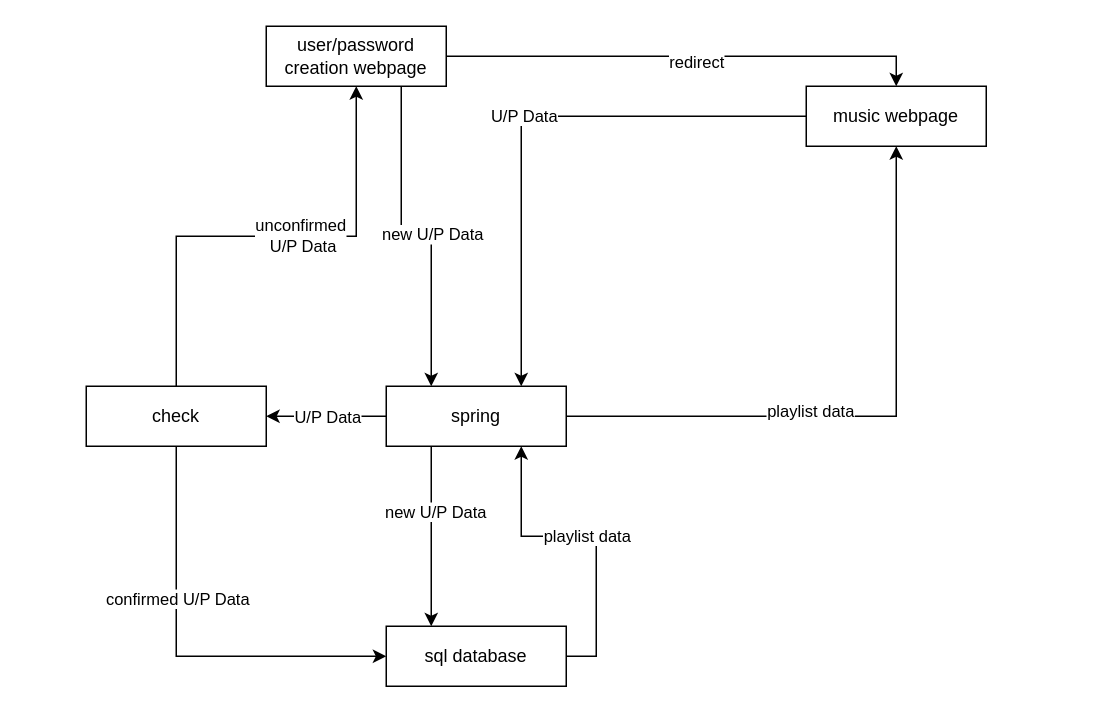
Thewildraptor777/Java-Web-Project keeps this draw.io diagram as Spring App.drawio. Above is the earlier version. Source tidied: cells renumbered, new cells numbered last; positions are measured from the earlier drawing's top-left corner, leaving out a move shared by most shapes. Both pictures are drawn from the tidied source at 150%, with x=0, y=0 at pixel (86, 26).
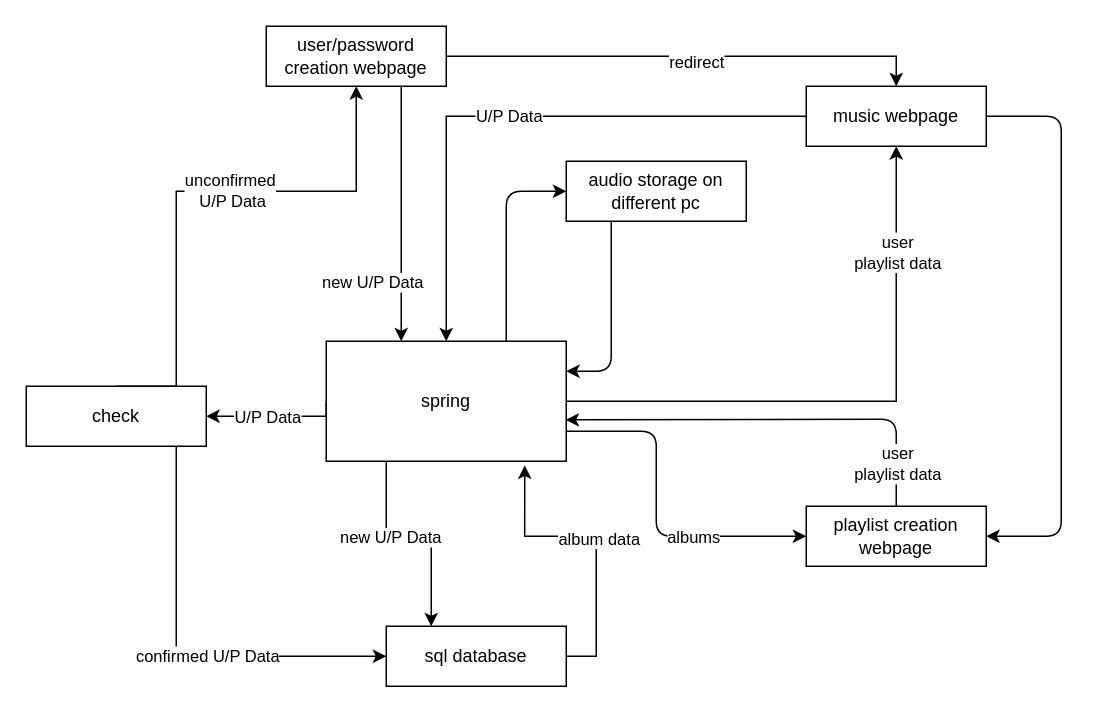
The same diagram, later.

The change refers to these unchanged cells:
```xml
<mxCell id="2" style="edgeStyle=orthogonalEdgeStyle;rounded=0;jettySize=auto;html=1;exitX=0.5;exitY=1;exitDx=0;exitDy=0;entryX=0;entryY=0.5;entryDx=0;entryDy=0;" parent="1" edge="1" source="6" target="9">
  <mxGeometry relative="1" as="geometry">
    <Array as="points">
      <mxPoint x="60" y="420" />
    </Array>
  </mxGeometry>
</mxCell>
<mxCell id="9" value="sql database" style="rounded=0;whiteSpace=wrap;html=1;" parent="1" vertex="1">
  <mxGeometry x="200" y="400" width="120" height="40" as="geometry" />
</mxCell>
<mxCell id="12" style="edgeStyle=orthogonalEdgeStyle;rounded=0;jettySize=auto;html=1;exitX=0;exitY=0.5;exitDx=0;exitDy=0;entryX=1;entryY=0.5;entryDx=0;entryDy=0;" parent="1" edge="1" source="16" target="6">
  <mxGeometry relative="1" as="geometry">
    <Array as="points">
      <mxPoint x="180" y="260" />
      <mxPoint x="180" y="260" />
    </Array>
  </mxGeometry>
</mxCell>
<mxCell id="19" value="music webpage" style="rounded=0;whiteSpace=wrap;html=1;" parent="1" vertex="1">
  <mxGeometry x="480" y="40" width="120" height="40" as="geometry" />
</mxCell>
<mxCell id="25" value="user/password&lt;br&gt;creation webpage" style="whiteSpace=wrap;html=1;" parent="1" vertex="1">
  <mxGeometry x="120" width="120" height="40" as="geometry" />
</mxCell>
```

What changed in the source:
```diff
@@
     <mxCell id="3" value="confirmed U/P Data" style="edgeLabel;html=1;align=center;verticalAlign=middle;" parent="2" vertex="1">
-      <mxGeometry x="-0.28" relative="1" as="geometry" />
+      <mxGeometry x="-0.28" relative="1" as="geometry">
+        <mxPoint x="20" y="64" as="offset" />
+      </mxGeometry>
     </mxCell>
     <mxCell id="4" style="edgeStyle=orthogonalEdgeStyle;rounded=0;jettySize=auto;html=1;exitX=0.5;exitY=0;exitDx=0;exitDy=0;entryX=0.5;entryY=1;entryDx=0;entryDy=0;" parent="1" edge="1" source="6" target="25">
-      <mxGeometry relative="1" as="geometry" />
+      <mxGeometry relative="1" as="geometry">
+        <Array as="points">
+          <mxPoint x="60" y="110" />
+          <mxPoint x="180" y="110" />
+        </Array>
+      </mxGeometry>
     </mxCell>
@@
     <mxCell id="6" value="check" style="rounded=0;whiteSpace=wrap;html=1;" parent="1" vertex="1">
-      <mxGeometry y="240" width="120" height="40" as="geometry" />
+      <mxGeometry x="-40" y="240" width="120" height="40" as="geometry" />
     </mxCell>
-    <mxCell id="7" style="edgeStyle=orthogonalEdgeStyle;rounded=0;jettySize=auto;html=1;exitX=1;exitY=0.5;exitDx=0;exitDy=0;entryX=0.75;entryY=1;entryDx=0;entryDy=0;" parent="1" edge="1" source="9" target="16">
-      <mxGeometry relative="1" as="geometry" />
+    <mxCell id="7" style="edgeStyle=orthogonalEdgeStyle;rounded=0;jettySize=auto;html=1;exitX=1;exitY=0.5;exitDx=0;exitDy=0;entryX=0.827;entryY=1.035;entryDx=0;entryDy=0;entryPerimeter=0;" parent="1" edge="1" source="9" target="16">
+      <mxGeometry relative="1" as="geometry">
+        <Array as="points">
+          <mxPoint x="340" y="420" />
+          <mxPoint x="340" y="340" />
+          <mxPoint x="292" y="340" />
+        </Array>
+      </mxGeometry>
     </mxCell>
-    <mxCell id="8" value="playlist data" style="edgeLabel;html=1;align=center;verticalAlign=middle;" parent="7" vertex="1">
+    <mxCell id="8" value="album data" style="edgeLabel;html=1;align=center;verticalAlign=middle;" parent="7" vertex="1">
       <mxGeometry x="0.02" y="-1" relative="1" as="geometry" />
     </mxCell>
@@
     <mxCell id="10" style="edgeStyle=orthogonalEdgeStyle;rounded=0;jettySize=auto;html=1;exitX=1;exitY=0.5;exitDx=0;exitDy=0;entryX=0.5;entryY=1;entryDx=0;entryDy=0;" parent="1" edge="1" source="16" target="19">
       <mxGeometry relative="1" as="geometry">
         <Array as="points">
-          <mxPoint x="540" y="260" />
+          <mxPoint x="540" y="250" />
         </Array>
       </mxGeometry>
     </mxCell>
-    <mxCell id="11" value="playlist data" style="edgeLabel;html=1;align=center;verticalAlign=middle;" parent="10" vertex="1">
-      <mxGeometry x="-0.19" y="4" relative="1" as="geometry" />
+    <mxCell id="11" value="user &lt;br&gt;playlist data" style="edgeLabel;html=1;align=center;verticalAlign=middle;" parent="10" vertex="1">
+      <mxGeometry x="-0.19" y="4" relative="1" as="geometry">
+        <mxPoint x="62" y="-96" as="offset" />
+      </mxGeometry>
     </mxCell>
@@
     <mxCell id="13" value="U/P Data" style="edgeLabel;html=1;align=center;verticalAlign=middle;" parent="12" vertex="1">
       <mxGeometry x="0.32" y="-1" relative="1" as="geometry">
-        <mxPoint x="13" y="1" as="offset" />
+        <mxPoint x="-4" y="1" as="offset" />
       </mxGeometry>
     </mxCell>
@@
+    <mxCell id="26" style="edgeStyle=none;html=1;exitX=1;exitY=0.75;exitDx=0;exitDy=0;entryX=0;entryY=0.5;entryDx=0;entryDy=0;" parent="1" edge="1" source="16" target="32">
+      <mxGeometry relative="1" as="geometry">
+        <Array as="points">
+          <mxPoint x="380" y="270" />
+          <mxPoint x="380" y="340" />
+        </Array>
+      </mxGeometry>
+    </mxCell>
+    <mxCell id="27" value="albums" style="edgeLabel;html=1;align=center;verticalAlign=middle;" parent="26" vertex="1">
+      <mxGeometry x="0.34" relative="1" as="geometry" />
+    </mxCell>
+    <mxCell id="28" style="edgeStyle=none;html=1;exitX=0.75;exitY=0;exitDx=0;exitDy=0;entryX=0;entryY=0.5;entryDx=0;entryDy=0;" parent="1" edge="1" source="16" target="34">
+      <mxGeometry relative="1" as="geometry">
+        <Array as="points">
+          <mxPoint x="280" y="110" />
+        </Array>
+      </mxGeometry>
+    </mxCell>
     <mxCell id="16" value="spring" style="rounded=0;whiteSpace=wrap;html=1;" parent="1" vertex="1">
-      <mxGeometry x="200" y="240" width="120" height="40" as="geometry" />
+      <mxGeometry x="160" y="210" width="160" height="80" as="geometry" />
     </mxCell>
-    <mxCell id="17" style="edgeStyle=orthogonalEdgeStyle;rounded=0;jettySize=auto;html=1;exitX=0;exitY=0.5;exitDx=0;exitDy=0;entryX=0.75;entryY=0;entryDx=0;entryDy=0;" parent="1" edge="1" source="19" target="16">
+    <mxCell id="17" style="edgeStyle=orthogonalEdgeStyle;rounded=0;jettySize=auto;html=1;exitX=0;exitY=0.5;exitDx=0;exitDy=0;entryX=0.5;entryY=0;entryDx=0;entryDy=0;" parent="1" edge="1" source="19" target="16">
       <mxGeometry relative="1" as="geometry" />
     </mxCell>
@@
+    <mxCell id="29" style="edgeStyle=none;html=1;exitX=1;exitY=0.5;exitDx=0;exitDy=0;entryX=1;entryY=0.5;entryDx=0;entryDy=0;" parent="1" edge="1" source="19" target="32">
+      <mxGeometry relative="1" as="geometry">
+        <Array as="points">
+          <mxPoint x="650" y="60" />
+          <mxPoint x="650" y="200" />
+          <mxPoint x="650" y="340" />
+        </Array>
+      </mxGeometry>
+    </mxCell>
@@
-    <mxCell id="23" style="edgeStyle=orthogonalEdgeStyle;rounded=0;jettySize=auto;html=1;exitX=0.75;exitY=1;exitDx=0;exitDy=0;entryX=0.25;entryY=0;entryDx=0;entryDy=0;" parent="1" edge="1" source="25" target="16">
-      <mxGeometry relative="1" as="geometry" />
+    <mxCell id="23" style="edgeStyle=orthogonalEdgeStyle;rounded=0;jettySize=auto;html=1;exitX=0.75;exitY=1;exitDx=0;exitDy=0;" parent="1" edge="1" source="25">
+      <mxGeometry relative="1" as="geometry">
+        <mxPoint x="210" y="210" as="targetPoint" />
+        <Array as="points">
+          <mxPoint x="210" y="210" />
+        </Array>
+      </mxGeometry>
     </mxCell>
     <mxCell id="24" value="new U/P Data" style="edgeLabel;html=1;align=center;verticalAlign=middle;" parent="23" vertex="1">
       <mxGeometry x="0.09" y="2" relative="1" as="geometry">
-        <mxPoint x="-2" y="-2" as="offset" />
+        <mxPoint x="-22" y="37" as="offset" />
       </mxGeometry>
     </mxCell>
@@
+    <mxCell id="30" style="edgeStyle=none;html=1;exitX=0.5;exitY=0;exitDx=0;exitDy=0;entryX=0.997;entryY=0.655;entryDx=0;entryDy=0;entryPerimeter=0;" parent="1" edge="1" source="32" target="16">
+      <mxGeometry relative="1" as="geometry">
+        <Array as="points">
+          <mxPoint x="540" y="262" />
+        </Array>
+      </mxGeometry>
+    </mxCell>
+    <mxCell id="31" value="user&lt;br&gt;playlist data" style="edgeLabel;html=1;align=center;verticalAlign=middle;" parent="30" vertex="1">
+      <mxGeometry x="-0.72" relative="1" as="geometry">
+        <mxPoint y="10" as="offset" />
+      </mxGeometry>
+    </mxCell>
+    <mxCell id="32" value="playlist creation webpage" style="rounded=0;whiteSpace=wrap;html=1;" parent="1" vertex="1">
+      <mxGeometry x="480" y="320" width="120" height="40" as="geometry" />
+    </mxCell>
+    <mxCell id="33" style="edgeStyle=none;html=1;exitX=0.25;exitY=1;exitDx=0;exitDy=0;entryX=1;entryY=0.25;entryDx=0;entryDy=0;" parent="1" edge="1" source="34" target="16">
+      <mxGeometry relative="1" as="geometry">
+        <Array as="points">
+          <mxPoint x="350" y="230" />
+        </Array>
+      </mxGeometry>
+    </mxCell>
+    <mxCell id="34" value="audio storage on different pc" style="rounded=0;whiteSpace=wrap;html=1;" parent="1" vertex="1">
+      <mxGeometry x="320" y="90" width="120" height="40" as="geometry" />
+    </mxCell>
```
